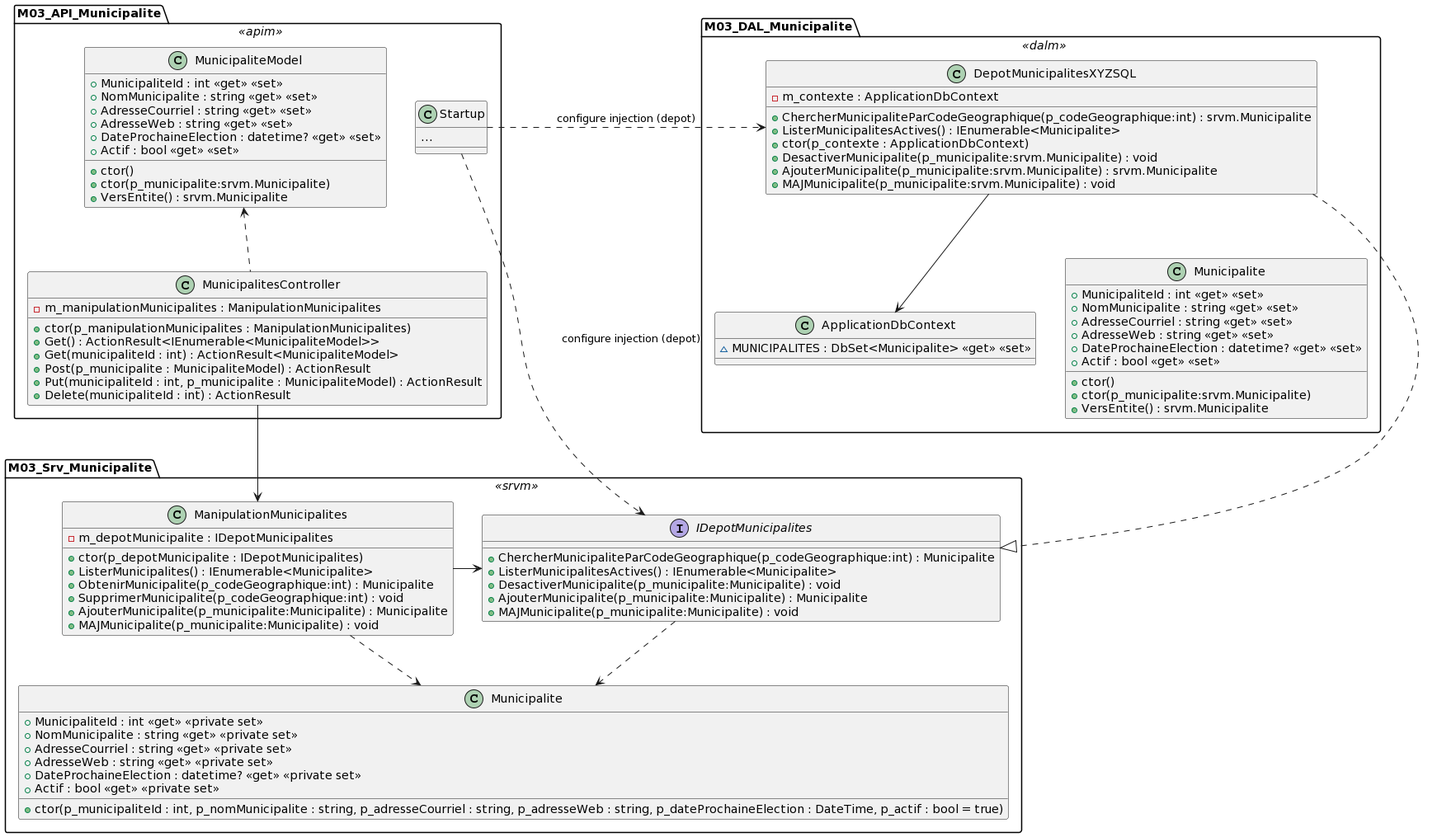
This is images/Module03_REST02/diag/municipalite_api_diag_classes/diag_classes_municipalite_api.png from PiFou86/420-W47-SF, a PlantUML export, as it was before one commit.
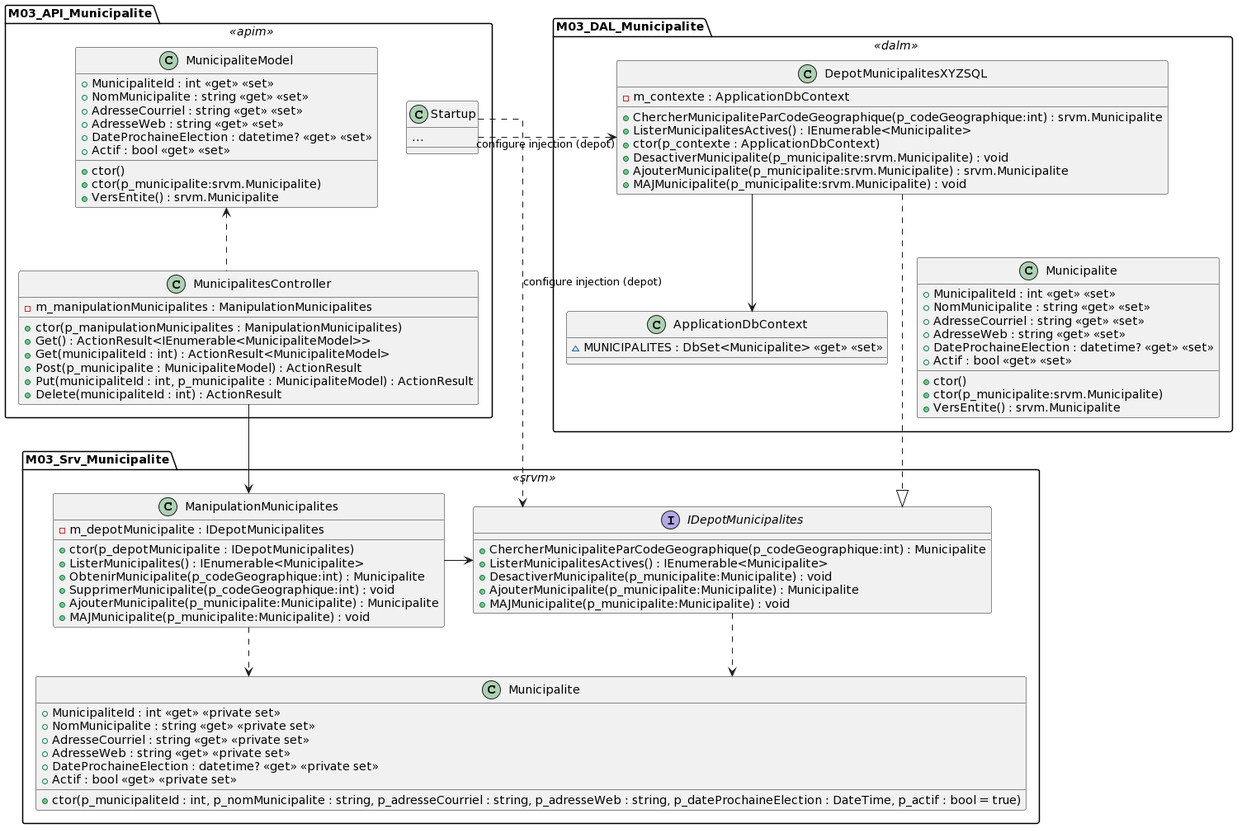
The same file after the commit.

The edit, as a diff of the source:
```diff
@@ -1,5 +1,5 @@
 @startuml
-set namespaceSeparator ::
+skinparam linetype ortho
 
 namespace M03_API_Municipalite << apim >> {
     class Startup {
@@ -63,7 +63,8 @@
     ManipulationMunicipalites -> IDepotMunicipalites
     IDepotMunicipalites ..> Municipalite
     ManipulationMunicipalites ..> Municipalite
-
+    M03_API_Municipalite.Startup ..> IDepotMunicipalites : configure injection (depot)
+    M03_API_Municipalite.MunicipalitesController --> ManipulationMunicipalites
 }
 
 namespace M03_DAL_Municipalite << dalm >> {
@@ -95,10 +96,7 @@
 
     DepotMunicipalitesXYZSQL --> ApplicationDbContext
     DepotMunicipalitesXYZSQL -[hidden]-> Municipalite
+    M03_API_Municipalite.Startup .> DepotMunicipalitesXYZSQL : configure injection (depot)
+    DepotMunicipalitesXYZSQL ..|> M03_Srv_Municipalite.IDepotMunicipalites
 }
-
-M03_API_Municipalite::Startup ..> M03_Srv_Municipalite::IDepotMunicipalites : configure injection (depot)
-M03_API_Municipalite::Startup .> M03_DAL_Municipalite::DepotMunicipalitesXYZSQL : configure injection (depot)
-M03_API_Municipalite::MunicipalitesController --> M03_Srv_Municipalite::ManipulationMunicipalites
-M03_DAL_Municipalite::DepotMunicipalitesXYZSQL ..|> M03_Srv_Municipalite::IDepotMunicipalites
 @enduml
```
